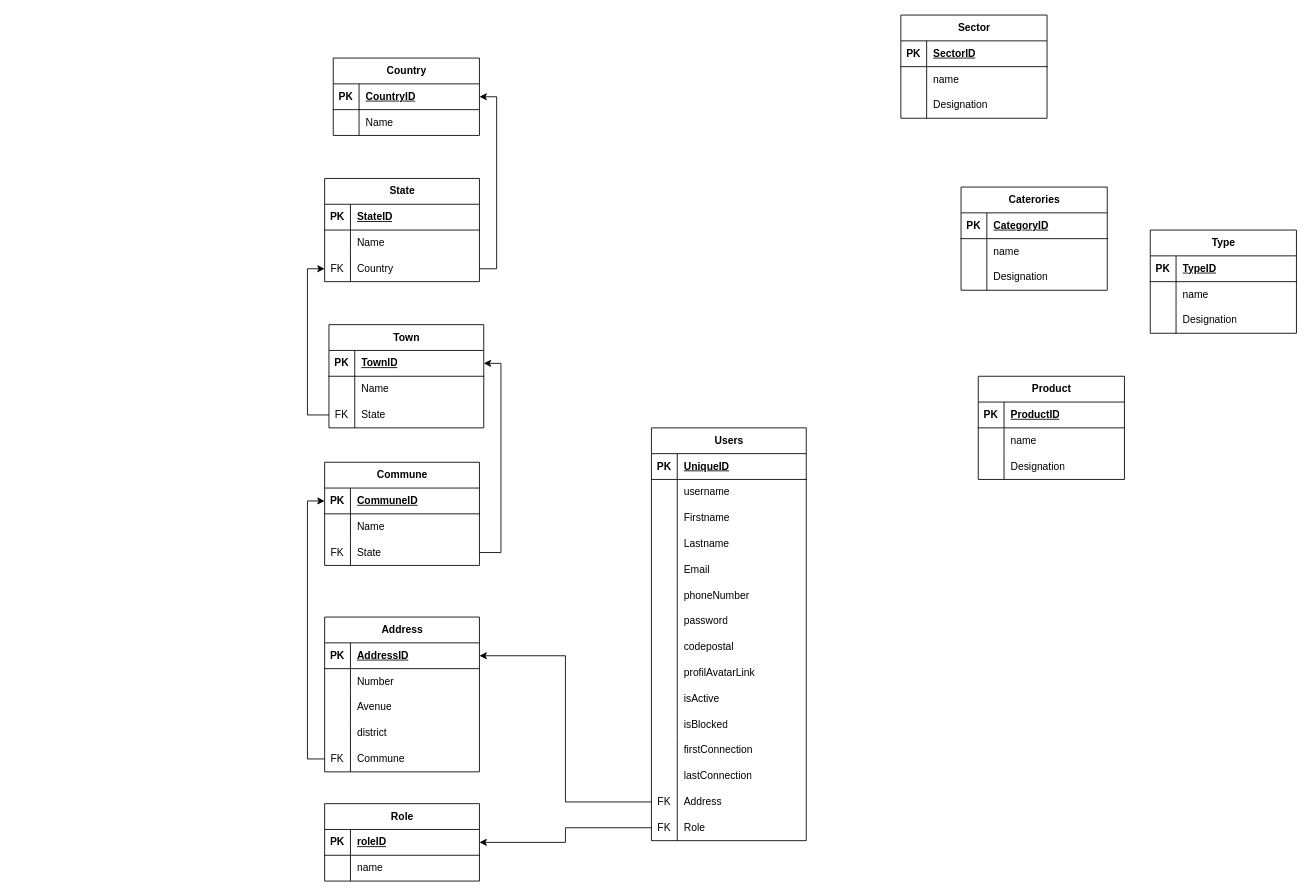
The draw.io diagram Tekango.drawio in internalTekango/3.0.tekango.template, before the edit. Source tidied: cells renumbered, new cells numbered last; positions are measured from the earlier drawing's top-left corner, leaving out a move shared by most shapes. Both pictures are drawn from the tidied source at 86%, with x=0, y=0 at pixel (324, 15).
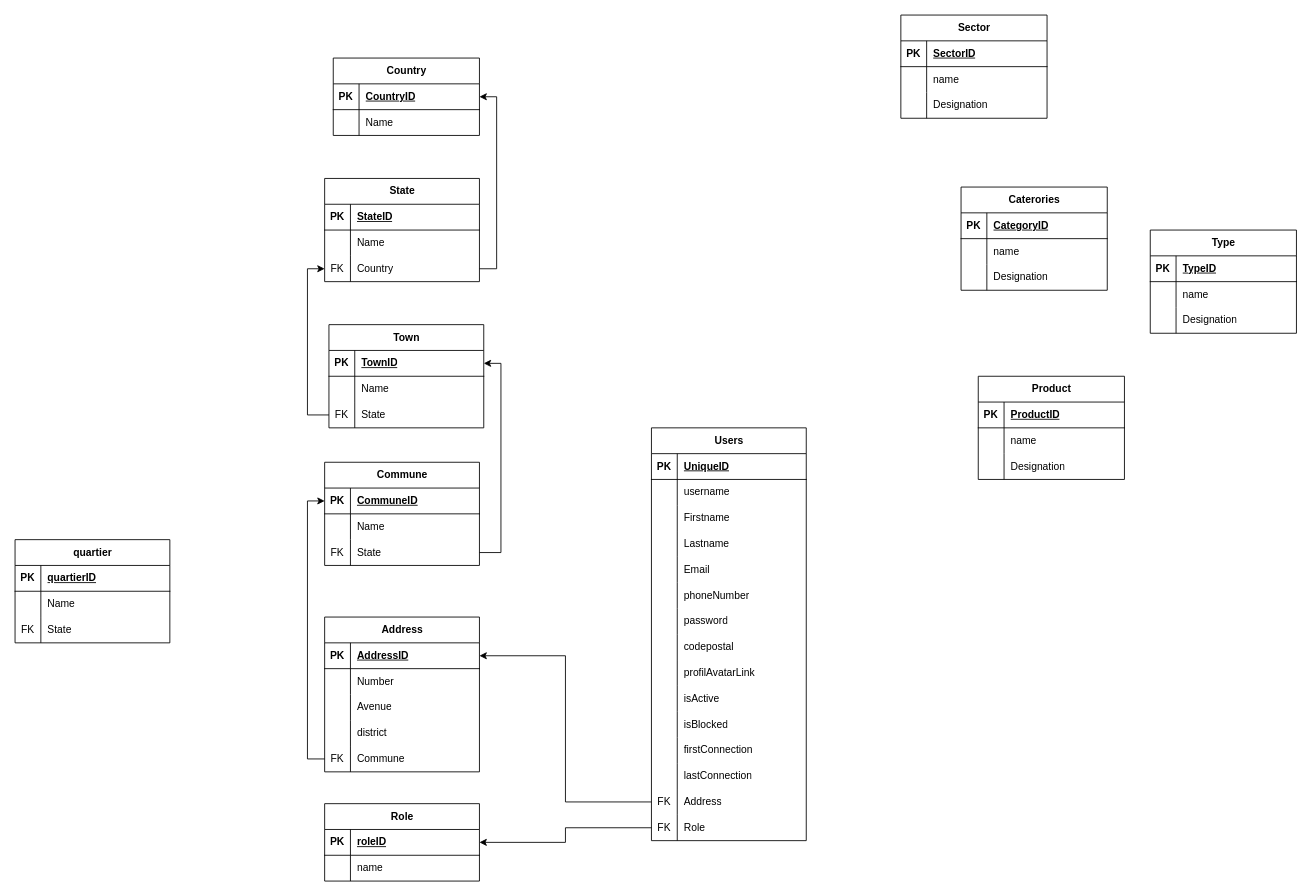
The same page after the edit.

Commit message:
Mettre à jour Tekango.drawio

The edit, as a diff of the source:
```diff
@@
+    <mxCell id="154" value="quartier" style="shape=table;startSize=30;childLayout=tableLayout;rowLines=0;fontStyle=1;align=center;html=1;" parent="1" vertex="1">
+      <mxGeometry x="-360" y="610" width="180" height="120" as="geometry" />
+    </mxCell>
+    <mxCell id="155" style="shape=tableRow;horizontal=0;startSize=0;swimlaneHead=0;swimlaneBody=0;fillColor=none;top=0;left=0;right=0;bottom=1;" parent="154" vertex="1">
+      <mxGeometry y="30" width="180" height="30" as="geometry" />
+    </mxCell>
+    <mxCell id="156" value="PK" style="shape=partialRectangle;fillColor=none;top=0;left=0;bottom=0;right=0;fontStyle=1;overflow=hidden;whiteSpace=wrap;html=1;" parent="155" vertex="1">
+      <mxGeometry width="30" height="30" as="geometry" />
+    </mxCell>
+    <mxCell id="157" value="quartierID" style="shape=partialRectangle;fillColor=none;top=0;left=0;bottom=0;right=0;align=left;spacingLeft=6;fontStyle=5;overflow=hidden;whiteSpace=wrap;html=1;" parent="155" vertex="1">
+      <mxGeometry x="30" width="150" height="30" as="geometry" />
+    </mxCell>
+    <mxCell id="158" style="shape=tableRow;horizontal=0;startSize=0;swimlaneHead=0;swimlaneBody=0;fillColor=none;top=0;left=0;right=0;bottom=0;" parent="154" vertex="1">
+      <mxGeometry y="60" width="180" height="30" as="geometry" />
+    </mxCell>
+    <mxCell id="159" style="shape=partialRectangle;fillColor=none;top=0;left=0;bottom=0;right=0;overflow=hidden;whiteSpace=wrap;html=1;" parent="158" vertex="1">
+      <mxGeometry width="30" height="30" as="geometry" />
+    </mxCell>
+    <mxCell id="160" value="Name" style="shape=partialRectangle;fillColor=none;top=0;left=0;bottom=0;right=0;align=left;spacingLeft=6;overflow=hidden;whiteSpace=wrap;html=1;" parent="158" vertex="1">
+      <mxGeometry x="30" width="150" height="30" as="geometry" />
+    </mxCell>
+    <mxCell id="161" style="shape=tableRow;horizontal=0;startSize=0;swimlaneHead=0;swimlaneBody=0;fillColor=none;top=0;left=0;right=0;bottom=0;" parent="154" vertex="1">
+      <mxGeometry y="90" width="180" height="30" as="geometry" />
+    </mxCell>
+    <mxCell id="162" value="FK" style="shape=partialRectangle;fillColor=none;top=0;left=0;bottom=0;right=0;overflow=hidden;whiteSpace=wrap;html=1;" parent="161" vertex="1">
+      <mxGeometry width="30" height="30" as="geometry" />
+    </mxCell>
+    <mxCell id="163" value="State" style="shape=partialRectangle;fillColor=none;top=0;left=0;bottom=0;right=0;align=left;spacingLeft=6;overflow=hidden;whiteSpace=wrap;html=1;" parent="161" vertex="1">
+      <mxGeometry x="30" width="150" height="30" as="geometry" />
+    </mxCell>
```
